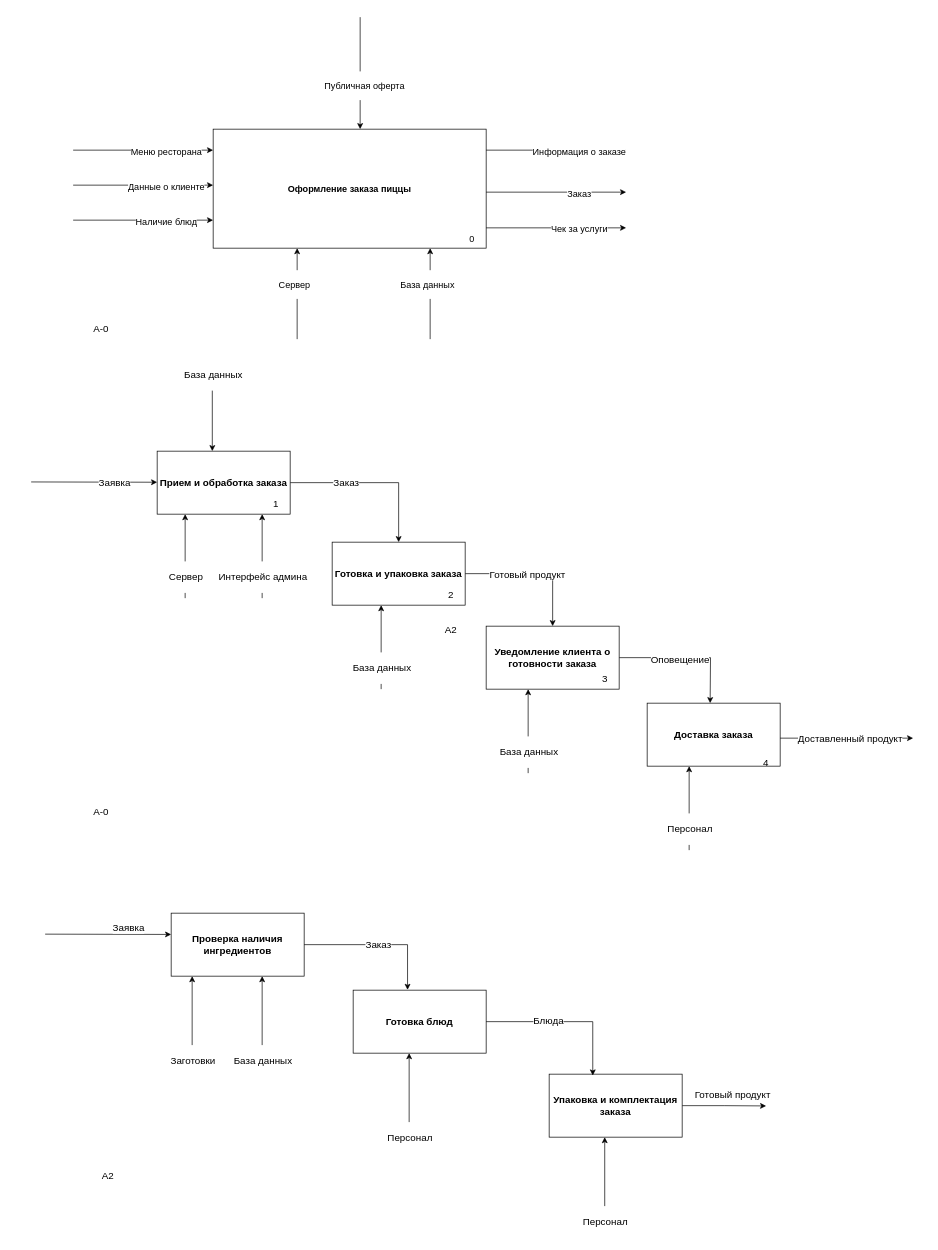
Before: paps_1.drawio in vanyailnitsk/vanyailnitsk.github.io, a draw.io diagram. Source tidied: cells renumbered, new cells numbered last; positions are measured from the earlier drawing's top-left corner, leaving out a move shared by most shapes. Both pictures are drawn from the tidied source at 70%, with x=0, y=0 at pixel (31, 17).
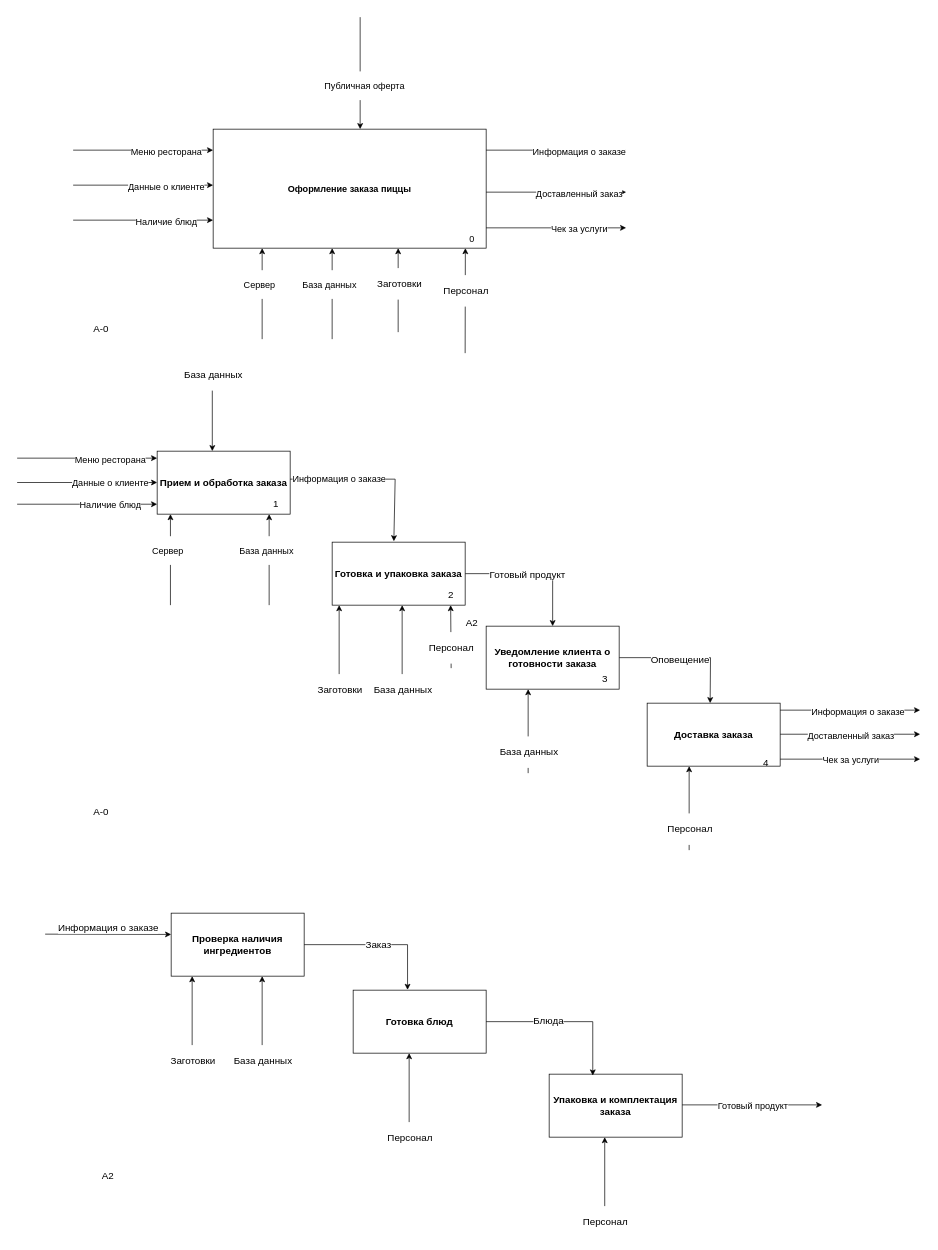
The same page after the edit.

Unchanged cells that the change refers to:
```xml
<mxCell id="11" style="endArrow=classic;html=1;rounded=0;fontSize=13;" parent="1" edge="1">
  <mxGeometry relative="1" as="geometry">
    <mxPoint x="650" y="250" as="sourcePoint" />
    <mxPoint x="850" y="250" as="targetPoint" />
  </mxGeometry>
</mxCell>
<mxCell id="16" value="&lt;h4&gt;Прием и обработка заказа&lt;/h4&gt;" style="rounded=0;whiteSpace=wrap;html=1;fontSize=14;" parent="1" vertex="1">
  <mxGeometry x="180" y="620" width="190" height="90" as="geometry" />
</mxCell>
<mxCell id="25" value="&lt;h4&gt;Готовка и упаковка заказа&lt;/h4&gt;" style="rounded=0;whiteSpace=wrap;html=1;fontSize=14;" parent="1" vertex="1">
  <mxGeometry x="430" y="750" width="190" height="90" as="geometry" />
</mxCell>
<mxCell id="54" style="endArrow=classic;html=1;rounded=0;fontSize=14;" parent="1" edge="1">
  <mxGeometry relative="1" as="geometry">
    <mxPoint x="20" y="1310" as="sourcePoint" />
    <mxPoint x="200" y="1310.4" as="targetPoint" />
  </mxGeometry>
</mxCell>
<mxCell id="59" value="&lt;h4&gt;Упаковка и комплектация заказа&lt;/h4&gt;" style="rounded=0;whiteSpace=wrap;html=1;fontSize=14;" parent="1" vertex="1">
  <mxGeometry x="740" y="1510" width="190" height="90" as="geometry" />
</mxCell>
```

What changed in the source:
```diff
@@
     <mxCell id="7" style="endArrow=classic;html=1;rounded=0;" parent="1" edge="1">
       <mxGeometry relative="1" as="geometry">
-        <mxPoint x="380" y="460" as="sourcePoint" />
-        <mxPoint x="380" y="330" as="targetPoint" />
+        <mxPoint x="330" y="460" as="sourcePoint" />
+        <mxPoint x="330" y="330" as="targetPoint" />
       </mxGeometry>
     </mxCell>
@@
-    <mxCell id="12" value="&lt;p&gt;Заказ&lt;/p&gt;" style="edgeLabel;html=1;align=center;verticalAlign=middle;fontSize=13;" parent="11" vertex="1">
+    <mxCell id="12" value="&lt;p&gt;Доставленный заказ&lt;/p&gt;" style="edgeLabel;html=1;align=center;verticalAlign=middle;fontSize=13;" parent="11" vertex="1">
       <mxGeometry x="0.32" y="-1" relative="1" as="geometry" />
     </mxCell>
@@
-    <mxCell id="14" style="edgeStyle=orthogonalEdgeStyle;rounded=0;jettySize=auto;html=1;entryX=0.5;entryY=0;entryDx=0;entryDy=0;fontSize=14;" parent="1" edge="1" source="16" target="25">
-      <mxGeometry relative="1" as="geometry" />
-    </mxCell>
-    <mxCell id="15" value="&lt;p&gt;Заказ&lt;/p&gt;" style="edgeLabel;html=1;align=center;verticalAlign=middle;fontSize=14;" parent="14" vertex="1">
-      <mxGeometry x="-0.46" y="1" relative="1" as="geometry">
-        <mxPoint x="14" y="1" as="offset" />
-      </mxGeometry>
-    </mxCell>
@@
-    <mxCell id="17" style="endArrow=classic;html=1;rounded=0;fontSize=14;" parent="1" edge="1">
-      <mxGeometry relative="1" as="geometry">
-        <mxPoint y="664" as="sourcePoint" />
-        <mxPoint x="180" y="664.4" as="targetPoint" />
-      </mxGeometry>
-    </mxCell>
-    <mxCell id="18" value="Заявка" style="edgeLabel;html=1;align=center;verticalAlign=middle;fontSize=14;" parent="17" vertex="1">
-      <mxGeometry x="0.32" y="-1" relative="1" as="geometry" />
-    </mxCell>
@@
     <mxCell id="21" style="endArrow=classic;html=1;rounded=0;" parent="1" edge="1">
       <mxGeometry relative="1" as="geometry">
-        <mxPoint x="570" y="460" as="sourcePoint" />
-        <mxPoint x="570" y="330" as="targetPoint" />
+        <mxPoint x="430" y="460" as="sourcePoint" />
+        <mxPoint x="430" y="330" as="targetPoint" />
       </mxGeometry>
     </mxCell>
@@
-    <mxCell id="32" style="endArrow=classic;html=1;rounded=0;fontSize=14;" parent="1" edge="1">
-      <mxGeometry relative="1" as="geometry">
-        <mxPoint x="220" y="830" as="sourcePoint" />
-        <mxPoint x="220" y="710" as="targetPoint" />
-      </mxGeometry>
-    </mxCell>
-    <mxCell id="33" value="&lt;p&gt;Сервер&lt;/p&gt;" style="edgeLabel;html=1;align=center;verticalAlign=middle;fontSize=14;" parent="32" vertex="1">
-      <mxGeometry x="-0.48" relative="1" as="geometry" />
-    </mxCell>
-    <mxCell id="34" style="endArrow=classic;html=1;rounded=0;fontSize=14;" parent="1" edge="1">
-      <mxGeometry relative="1" as="geometry">
-        <mxPoint x="330" y="830" as="sourcePoint" />
-        <mxPoint x="330" y="710" as="targetPoint" />
-      </mxGeometry>
-    </mxCell>
-    <mxCell id="35" value="&lt;p&gt;Интерфейс админа&lt;/p&gt;" style="edgeLabel;html=1;align=center;verticalAlign=middle;fontSize=14;" parent="34" vertex="1">
-      <mxGeometry x="-0.48" relative="1" as="geometry" />
-    </mxCell>
-    <mxCell id="36" style="endArrow=classic;html=1;rounded=0;fontSize=14;" parent="1" edge="1">
-      <mxGeometry relative="1" as="geometry">
-        <mxPoint x="500" y="960" as="sourcePoint" />
-        <mxPoint x="500" y="840" as="targetPoint" />
-      </mxGeometry>
-    </mxCell>
-    <mxCell id="37" value="&lt;p&gt;База данных&lt;/p&gt;" style="edgeLabel;html=1;align=center;verticalAlign=middle;fontSize=14;" parent="36" vertex="1">
-      <mxGeometry x="-0.48" relative="1" as="geometry" />
-    </mxCell>
@@
-    <mxCell id="46" style="endArrow=classic;html=1;rounded=0;fontSize=14;" parent="1" edge="1">
-      <mxGeometry relative="1" as="geometry">
-        <mxPoint x="1070" y="1030" as="sourcePoint" />
-        <mxPoint x="1260" y="1030" as="targetPoint" />
-      </mxGeometry>
-    </mxCell>
-    <mxCell id="47" value="Доставленный продукт" style="edgeLabel;html=1;align=center;verticalAlign=middle;fontSize=14;" parent="46" vertex="1">
-      <mxGeometry x="0.23" y="-3" relative="1" as="geometry">
-        <mxPoint x="-18" y="-3" as="offset" />
-      </mxGeometry>
-    </mxCell>
@@
     <mxCell id="52" value="А2" style="text;html=1;align=center;verticalAlign=middle;whiteSpace=wrap;rounded=0;fontSize=14;" parent="1" vertex="1">
-      <mxGeometry x="570" y="860" width="60" height="30" as="geometry" />
+      <mxGeometry x="600" y="850" width="60" height="30" as="geometry" />
     </mxCell>
@@
-    <mxCell id="55" value="Заявка" style="edgeLabel;html=1;align=center;verticalAlign=middle;fontSize=14;" parent="54" vertex="1">
+    <mxCell id="55" value="Информация о заказе" style="edgeLabel;html=1;align=center;verticalAlign=middle;fontSize=14;" parent="54" vertex="1">
       <mxGeometry x="0.32" y="-1" relative="1" as="geometry">
-        <mxPoint y="-11" as="offset" />
+        <mxPoint x="-29" y="-11" as="offset" />
       </mxGeometry>
     </mxCell>
@@
-    <mxCell id="57" style="edgeStyle=orthogonalEdgeStyle;rounded=0;jettySize=auto;html=1;exitX=1;exitY=0.5;exitDx=0;exitDy=0;fontSize=14;" parent="1" edge="1" source="59">
-      <mxGeometry relative="1" as="geometry">
-        <mxPoint x="1050" y="1555.4" as="targetPoint" />
-      </mxGeometry>
-    </mxCell>
-    <mxCell id="58" value="Готовый продукт" style="edgeLabel;html=1;align=center;verticalAlign=middle;fontSize=14;" parent="57" vertex="1">
-      <mxGeometry x="0.02" relative="1" as="geometry">
-        <mxPoint x="10" y="-16" as="offset" />
-      </mxGeometry>
-    </mxCell>
@@
+    <mxCell id="74" style="endArrow=classic;html=1;rounded=0;fontSize=13;entryX=0.464;entryY=-0.014;entryDx=0;entryDy=0;entryPerimeter=0;" parent="1" edge="1" target="25">
+      <mxGeometry relative="1" as="geometry">
+        <mxPoint x="370" y="660" as="sourcePoint" />
+        <Array as="points">
+          <mxPoint x="520" y="660" />
+        </Array>
+      </mxGeometry>
+    </mxCell>
+    <mxCell id="75" value="&lt;p&gt;Информация о заказе&lt;/p&gt;" style="edgeLabel;html=1;align=center;verticalAlign=middle;fontSize=13;" parent="74" vertex="1">
+      <mxGeometry x="0.32" y="-1" relative="1" as="geometry">
+        <mxPoint x="-79" y="-8" as="offset" />
+      </mxGeometry>
+    </mxCell>
+    <mxCell id="76" style="endArrow=classic;html=1;rounded=0;fontSize=13;" parent="1" edge="1">
+      <mxGeometry relative="1" as="geometry">
+        <mxPoint x="-20" y="630" as="sourcePoint" />
+        <mxPoint x="180" y="630" as="targetPoint" />
+      </mxGeometry>
+    </mxCell>
+    <mxCell id="77" value="&lt;p&gt;Меню ресторана&lt;/p&gt;" style="edgeLabel;html=1;align=center;verticalAlign=middle;fontSize=13;" parent="76" vertex="1">
+      <mxGeometry x="0.32" y="-1" relative="1" as="geometry" />
+    </mxCell>
+    <mxCell id="78" style="endArrow=classic;html=1;rounded=0;fontSize=13;" parent="1" edge="1">
+      <mxGeometry relative="1" as="geometry">
+        <mxPoint x="-20" y="664.8" as="sourcePoint" />
+        <mxPoint x="180" y="664.8" as="targetPoint" />
+      </mxGeometry>
+    </mxCell>
+    <mxCell id="79" value="&lt;p&gt;Данные о клиенте&lt;/p&gt;" style="edgeLabel;html=1;align=center;verticalAlign=middle;fontSize=13;" parent="78" vertex="1">
+      <mxGeometry x="0.32" y="-1" relative="1" as="geometry" />
+    </mxCell>
+    <mxCell id="80" style="endArrow=classic;html=1;rounded=0;fontSize=13;" parent="1" edge="1">
+      <mxGeometry relative="1" as="geometry">
+        <mxPoint x="-20" y="695.8" as="sourcePoint" />
+        <mxPoint x="180" y="695.8" as="targetPoint" />
+      </mxGeometry>
+    </mxCell>
+    <mxCell id="81" value="&lt;p&gt;Наличие блюд&lt;/p&gt;" style="edgeLabel;html=1;align=center;verticalAlign=middle;fontSize=13;" parent="80" vertex="1">
+      <mxGeometry x="0.32" y="-1" relative="1" as="geometry" />
+    </mxCell>
+    <mxCell id="82" style="endArrow=classic;html=1;rounded=0;" parent="1" edge="1">
+      <mxGeometry relative="1" as="geometry">
+        <mxPoint x="199" y="840" as="sourcePoint" />
+        <mxPoint x="199" y="710" as="targetPoint" />
+      </mxGeometry>
+    </mxCell>
+    <mxCell id="33" value="&lt;p&gt;Сервер&lt;/p&gt;" style="edgeLabel;html=1;align=center;verticalAlign=middle;fontSize=13;" parent="82" vertex="1">
+      <mxGeometry x="0.21" y="5" relative="1" as="geometry" />
+    </mxCell>
+    <mxCell id="83" style="endArrow=classic;html=1;rounded=0;" parent="1" edge="1">
+      <mxGeometry relative="1" as="geometry">
+        <mxPoint x="340" y="840" as="sourcePoint" />
+        <mxPoint x="340" y="710" as="targetPoint" />
+      </mxGeometry>
+    </mxCell>
+    <mxCell id="84" value="&lt;p&gt;База данных&lt;/p&gt;" style="edgeLabel;html=1;align=center;verticalAlign=middle;fontSize=13;" parent="83" vertex="1">
+      <mxGeometry x="0.21" y="5" relative="1" as="geometry" />
+    </mxCell>
+    <mxCell id="85" style="endArrow=classic;html=1;rounded=0;fontSize=13;" parent="1" edge="1">
+      <mxGeometry relative="1" as="geometry">
+        <mxPoint x="1070" y="990" as="sourcePoint" />
+        <mxPoint x="1270" y="990" as="targetPoint" />
+      </mxGeometry>
+    </mxCell>
+    <mxCell id="86" value="&lt;p&gt;Информация о заказе&lt;/p&gt;" style="edgeLabel;html=1;align=center;verticalAlign=middle;fontSize=13;" parent="85" vertex="1">
+      <mxGeometry x="0.32" y="-1" relative="1" as="geometry">
+        <mxPoint x="-22" as="offset" />
+      </mxGeometry>
+    </mxCell>
+    <mxCell id="87" style="endArrow=classic;html=1;rounded=0;fontSize=13;" parent="1" edge="1">
+      <mxGeometry relative="1" as="geometry">
+        <mxPoint x="1070" y="1024.4" as="sourcePoint" />
+        <mxPoint x="1270" y="1024.4" as="targetPoint" />
+      </mxGeometry>
+    </mxCell>
+    <mxCell id="88" value="&lt;p&gt;Доставленный заказ&lt;/p&gt;" style="edgeLabel;html=1;align=center;verticalAlign=middle;fontSize=13;" parent="87" vertex="1">
+      <mxGeometry x="0.32" y="-1" relative="1" as="geometry">
+        <mxPoint x="-32" as="offset" />
+      </mxGeometry>
+    </mxCell>
+    <mxCell id="89" style="endArrow=classic;html=1;rounded=0;fontSize=13;" parent="1" edge="1">
+      <mxGeometry relative="1" as="geometry">
+        <mxPoint x="1070" y="1060" as="sourcePoint" />
+        <mxPoint x="1270" y="1060" as="targetPoint" />
+      </mxGeometry>
+    </mxCell>
+    <mxCell id="90" value="&lt;p&gt;Чек за услуги&lt;/p&gt;" style="edgeLabel;html=1;align=center;verticalAlign=middle;fontSize=13;" parent="89" vertex="1">
+      <mxGeometry x="0.32" y="-1" relative="1" as="geometry">
+        <mxPoint x="-32" y="-1" as="offset" />
+      </mxGeometry>
+    </mxCell>
+    <mxCell id="91" style="endArrow=classic;html=1;rounded=0;fontSize=13;" parent="1" edge="1">
+      <mxGeometry relative="1" as="geometry">
+        <mxPoint x="930" y="1553.9" as="sourcePoint" />
+        <mxPoint x="1130" y="1553.9" as="targetPoint" />
+      </mxGeometry>
+    </mxCell>
+    <mxCell id="58" value="&lt;p&gt;Готовый продукт&lt;/p&gt;" style="edgeLabel;html=1;align=center;verticalAlign=middle;fontSize=13;" parent="91" vertex="1">
+      <mxGeometry x="0.32" y="-1" relative="1" as="geometry">
+        <mxPoint x="-32" as="offset" />
+      </mxGeometry>
+    </mxCell>
+    <mxCell id="92" style="endArrow=classic;html=1;rounded=0;fontSize=14;" parent="1" edge="1">
+      <mxGeometry relative="1" as="geometry">
+        <mxPoint x="530" y="960" as="sourcePoint" />
+        <mxPoint x="530" y="840" as="targetPoint" />
+      </mxGeometry>
+    </mxCell>
+    <mxCell id="37" value="&lt;p&gt;База данных&lt;/p&gt;" style="edgeLabel;html=1;align=center;verticalAlign=middle;fontSize=14;" parent="92" vertex="1">
+      <mxGeometry x="-0.48" relative="1" as="geometry">
+        <mxPoint y="31" as="offset" />
+      </mxGeometry>
+    </mxCell>
+    <mxCell id="93" style="endArrow=classic;html=1;rounded=0;fontSize=14;" parent="1" edge="1">
+      <mxGeometry relative="1" as="geometry">
+        <mxPoint x="440" y="960" as="sourcePoint" />
+        <mxPoint x="440" y="840" as="targetPoint" />
+      </mxGeometry>
+    </mxCell>
+    <mxCell id="94" value="&lt;p&gt;Заготовки&lt;/p&gt;" style="edgeLabel;html=1;align=center;verticalAlign=middle;fontSize=14;" parent="93" vertex="1">
+      <mxGeometry x="-0.48" relative="1" as="geometry">
+        <mxPoint y="31" as="offset" />
+      </mxGeometry>
+    </mxCell>
+    <mxCell id="95" style="endArrow=classic;html=1;rounded=0;fontSize=14;" parent="1" edge="1">
+      <mxGeometry relative="1" as="geometry">
+        <mxPoint x="600" y="930" as="sourcePoint" />
+        <mxPoint x="599.3" y="840" as="targetPoint" />
+      </mxGeometry>
+    </mxCell>
+    <mxCell id="96" value="&lt;p&gt;Персонал&lt;/p&gt;" style="edgeLabel;html=1;align=center;verticalAlign=middle;fontSize=14;" parent="95" vertex="1">
+      <mxGeometry x="-0.48" relative="1" as="geometry">
+        <mxPoint y="-7" as="offset" />
+      </mxGeometry>
+    </mxCell>
+    <mxCell id="97" style="endArrow=classic;html=1;rounded=0;fontSize=14;" parent="1" edge="1">
+      <mxGeometry relative="1" as="geometry">
+        <mxPoint x="620" y="480" as="sourcePoint" />
+        <mxPoint x="620.3" y="330" as="targetPoint" />
+      </mxGeometry>
+    </mxCell>
+    <mxCell id="98" value="&lt;p&gt;Персонал&lt;/p&gt;" style="edgeLabel;html=1;align=center;verticalAlign=middle;fontSize=14;" parent="97" vertex="1">
+      <mxGeometry x="-0.48" relative="1" as="geometry">
+        <mxPoint y="-51" as="offset" />
+      </mxGeometry>
+    </mxCell>
+    <mxCell id="99" style="endArrow=classic;html=1;rounded=0;fontSize=14;" parent="1" edge="1">
+      <mxGeometry relative="1" as="geometry">
+        <mxPoint x="524.3" y="450" as="sourcePoint" />
+        <mxPoint x="524.3" y="330" as="targetPoint" />
+      </mxGeometry>
+    </mxCell>
+    <mxCell id="100" value="&lt;p&gt;Заготовки&lt;/p&gt;" style="edgeLabel;html=1;align=center;verticalAlign=middle;fontSize=14;" parent="99" vertex="1">
+      <mxGeometry x="-0.48" relative="1" as="geometry">
+        <mxPoint x="1" y="-39" as="offset" />
+      </mxGeometry>
+    </mxCell>
```
